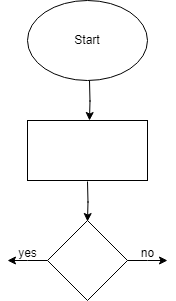
The draw.io diagram My Folder/itinerary.png in LampaTrina/CCINCOML_EXERCISES_COM23P, before a commit. Source tidied: cells renumbered, new cells last; positions are measured from the earlier drawing's top-left corner, leaving out a move shared by most shapes. The source it was exported from:
```xml
<mxGraphModel>
  <root>
    <mxCell id="0" />
    <mxCell id="1" parent="0" />
    <mxCell id="2" style="edgeStyle=orthogonalEdgeStyle;rounded=0;orthogonalLoop=1;jettySize=auto;html=1;exitX=0.5;exitY=1;exitDx=0;exitDy=0;" parent="1" edge="1">
      <mxGeometry relative="1" as="geometry">
        <mxPoint x="82" y="80" as="sourcePoint" />
        <mxPoint x="82" y="120" as="targetPoint" />
      </mxGeometry>
    </mxCell>
    <mxCell id="3" value="Start" style="ellipse;whiteSpace=wrap;html=1;" parent="1" vertex="1">
      <mxGeometry x="20" width="120" height="80" as="geometry" />
    </mxCell>
    <mxCell id="4" style="rounded=0;whiteSpace=wrap;html=1;" parent="1" vertex="1">
      <mxGeometry x="20" y="120" width="120" height="60" as="geometry" />
    </mxCell>
    <mxCell id="5" style="edgeStyle=orthogonalEdgeStyle;rounded=0;jettySize=auto;html=1;exitX=0;exitY=0.5;exitDx=0;exitDy=0;" parent="1" edge="1" source="6">
      <mxGeometry relative="1" as="geometry">
        <mxPoint y="260" as="targetPoint" />
      </mxGeometry>
    </mxCell>
    <mxCell id="6" style="rhombus;whiteSpace=wrap;html=1;" parent="1" vertex="1">
      <mxGeometry x="40" y="220" width="80" height="80" as="geometry" />
    </mxCell>
    <mxCell id="7" style="edgeStyle=orthogonalEdgeStyle;rounded=0;orthogonalLoop=1;jettySize=auto;html=1;exitX=0.5;exitY=1;exitDx=0;exitDy=0;" parent="1" edge="1">
      <mxGeometry relative="1" as="geometry">
        <mxPoint x="80" y="181" as="sourcePoint" />
        <mxPoint x="80" y="221" as="targetPoint" />
      </mxGeometry>
    </mxCell>
    <mxCell id="8" style="endArrow=classic;html=1;rounded=0;" parent="1" edge="1">
      <mxGeometry relative="1" as="geometry">
        <mxPoint x="120" y="260" as="sourcePoint" />
        <mxPoint x="160" y="260" as="targetPoint" />
        <Array as="points">
          <mxPoint x="140" y="260" />
        </Array>
      </mxGeometry>
    </mxCell>
    <mxCell id="9" value="yes" style="text;html=1;align=center;verticalAlign=middle;strokeColor=none;fillColor=none;" parent="1" vertex="1">
      <mxGeometry y="238" width="40" height="30" as="geometry" />
    </mxCell>
    <mxCell id="10" value="no" style="text;html=1;align=center;verticalAlign=middle;strokeColor=none;fillColor=none;" parent="1" vertex="1">
      <mxGeometry x="120" y="238" width="40" height="30" as="geometry" />
    </mxCell>
  </root>
</mxGraphModel>
```
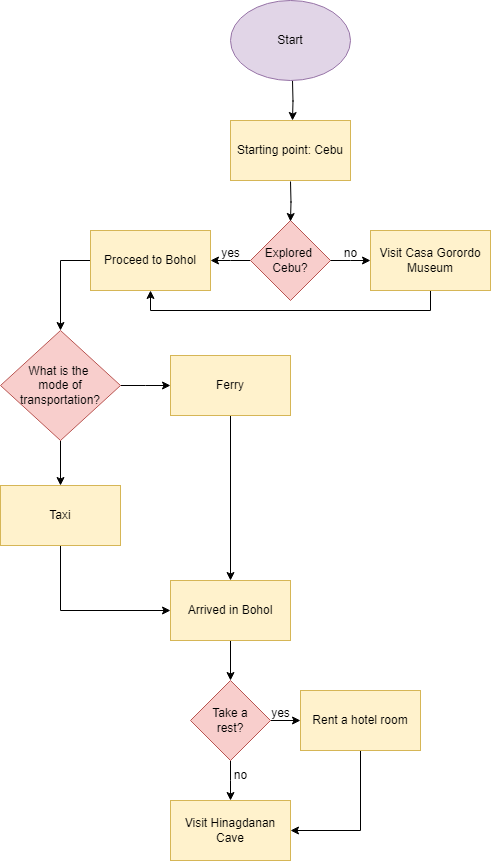
Above is the later version.

The edit, as a diff of the source:
```diff
@@ -8,10 +8,10 @@
         <mxPoint x="82" y="120" as="targetPoint" />
       </mxGeometry>
     </mxCell>
-    <mxCell id="3" value="Start" style="ellipse;whiteSpace=wrap;html=1;" parent="1" vertex="1">
+    <mxCell id="3" value="Start" style="ellipse;whiteSpace=wrap;html=1;fillColor=#e1d5e7;strokeColor=#9673a6;" parent="1" vertex="1">
       <mxGeometry x="20" width="120" height="80" as="geometry" />
     </mxCell>
-    <mxCell id="4" style="rounded=0;whiteSpace=wrap;html=1;" parent="1" vertex="1">
+    <mxCell id="4" value="Starting point: Cebu" style="rounded=0;whiteSpace=wrap;html=1;fillColor=#fff2cc;strokeColor=#d6b656;" parent="1" vertex="1">
       <mxGeometry x="20" y="120" width="120" height="60" as="geometry" />
     </mxCell>
     <mxCell id="5" style="edgeStyle=orthogonalEdgeStyle;rounded=0;jettySize=auto;html=1;exitX=0;exitY=0.5;exitDx=0;exitDy=0;" parent="1" edge="1" source="6">
@@ -19,7 +19,7 @@
         <mxPoint y="260" as="targetPoint" />
       </mxGeometry>
     </mxCell>
-    <mxCell id="6" style="rhombus;whiteSpace=wrap;html=1;" parent="1" vertex="1">
+    <mxCell id="6" value="Explored&amp;nbsp;&lt;br&gt;Cebu?" style="rhombus;whiteSpace=wrap;html=1;fillColor=#f8cecc;strokeColor=#b85450;" parent="1" vertex="1">
       <mxGeometry x="40" y="220" width="80" height="80" as="geometry" />
     </mxCell>
     <mxCell id="7" style="edgeStyle=orthogonalEdgeStyle;rounded=0;orthogonalLoop=1;jettySize=auto;html=1;exitX=0.5;exitY=1;exitDx=0;exitDy=0;" parent="1" edge="1">
@@ -43,5 +43,74 @@
     <mxCell id="10" value="no" style="text;html=1;align=center;verticalAlign=middle;strokeColor=none;fillColor=none;" parent="1" vertex="1">
       <mxGeometry x="120" y="238" width="40" height="30" as="geometry" />
     </mxCell>
+    <mxCell id="11" style="edgeStyle=orthogonalEdgeStyle;rounded=0;jettySize=auto;html=1;exitX=0;exitY=0.5;exitDx=0;exitDy=0;" parent="1" edge="1" source="12" target="17">
+      <mxGeometry relative="1" as="geometry" />
+    </mxCell>
+    <mxCell id="12" value="Proceed to Bohol&lt;div style=&quot;display:none&quot; id=&quot;SDCloudData&quot;&gt;&lt;/div&gt;" style="rounded=0;whiteSpace=wrap;html=1;fillColor=#fff2cc;strokeColor=#d6b656;" parent="1" vertex="1">
+      <mxGeometry x="-120" y="230" width="120" height="60" as="geometry" />
+    </mxCell>
+    <mxCell id="13" style="edgeStyle=orthogonalEdgeStyle;rounded=0;jettySize=auto;html=1;exitX=0.5;exitY=1;exitDx=0;exitDy=0;entryX=0.5;entryY=1;entryDx=0;entryDy=0;" parent="1" edge="1" source="14" target="12">
+      <mxGeometry relative="1" as="geometry" />
+    </mxCell>
+    <mxCell id="14" value="Visit Casa Gorordo Museum&lt;div style=&quot;display:none&quot; id=&quot;SDCloudData&quot;&gt;&lt;/div&gt;" style="rounded=0;whiteSpace=wrap;html=1;fillColor=#fff2cc;strokeColor=#d6b656;" parent="1" vertex="1">
+      <mxGeometry x="160" y="230" width="120" height="60" as="geometry" />
+    </mxCell>
+    <mxCell id="15" style="edgeStyle=orthogonalEdgeStyle;rounded=0;jettySize=auto;html=1;exitX=1;exitY=0.5;exitDx=0;exitDy=0;" parent="1" edge="1" source="17">
+      <mxGeometry relative="1" as="geometry">
+        <mxPoint x="-40" y="385" as="targetPoint" />
+      </mxGeometry>
+    </mxCell>
+    <mxCell id="16" style="edgeStyle=orthogonalEdgeStyle;rounded=0;jettySize=auto;html=1;exitX=0.5;exitY=1;exitDx=0;exitDy=0;" parent="1" edge="1" source="17" target="21">
+      <mxGeometry relative="1" as="geometry" />
+    </mxCell>
+    <mxCell id="17" value="What is the&amp;nbsp;&lt;br&gt;mode of&lt;br&gt;transportation?" style="rhombus;whiteSpace=wrap;html=1;fillColor=#f8cecc;strokeColor=#b85450;" parent="1" vertex="1">
+      <mxGeometry x="-210" y="330" width="120" height="110" as="geometry" />
+    </mxCell>
+    <mxCell id="18" style="edgeStyle=orthogonalEdgeStyle;rounded=0;jettySize=auto;html=1;exitX=0.5;exitY=1;exitDx=0;exitDy=0;" parent="1" edge="1" source="19">
+      <mxGeometry relative="1" as="geometry">
+        <mxPoint x="20" y="580" as="targetPoint" />
+      </mxGeometry>
+    </mxCell>
+    <mxCell id="19" value="Ferry" style="rounded=0;whiteSpace=wrap;html=1;fillColor=#fff2cc;strokeColor=#d6b656;" parent="1" vertex="1">
+      <mxGeometry x="-40" y="355" width="120" height="60" as="geometry" />
+    </mxCell>
+    <mxCell id="20" style="edgeStyle=orthogonalEdgeStyle;rounded=0;jettySize=auto;html=1;exitX=0.5;exitY=1;exitDx=0;exitDy=0;entryX=0;entryY=0.5;entryDx=0;entryDy=0;" parent="1" edge="1" source="21" target="23">
+      <mxGeometry relative="1" as="geometry" />
+    </mxCell>
+    <mxCell id="21" value="Taxi" style="rounded=0;whiteSpace=wrap;html=1;fillColor=#fff2cc;strokeColor=#d6b656;" parent="1" vertex="1">
+      <mxGeometry x="-210" y="485" width="120" height="60" as="geometry" />
+    </mxCell>
+    <mxCell id="22" style="edgeStyle=orthogonalEdgeStyle;rounded=0;jettySize=auto;html=1;exitX=0.5;exitY=1;exitDx=0;exitDy=0;entryX=0.5;entryY=0;entryDx=0;entryDy=0;" parent="1" edge="1" source="23" target="26">
+      <mxGeometry relative="1" as="geometry" />
+    </mxCell>
+    <mxCell id="23" value="Arrived in Bohol" style="rounded=0;whiteSpace=wrap;html=1;fillColor=#fff2cc;strokeColor=#d6b656;" parent="1" vertex="1">
+      <mxGeometry x="-40" y="580" width="120" height="60" as="geometry" />
+    </mxCell>
+    <mxCell id="24" style="edgeStyle=orthogonalEdgeStyle;rounded=0;jettySize=auto;html=1;exitX=1;exitY=0.5;exitDx=0;exitDy=0;entryX=0;entryY=0.5;entryDx=0;entryDy=0;" parent="1" edge="1" source="26" target="28">
+      <mxGeometry relative="1" as="geometry" />
+    </mxCell>
+    <mxCell id="25" style="edgeStyle=orthogonalEdgeStyle;rounded=0;jettySize=auto;html=1;exitX=0.5;exitY=1;exitDx=0;exitDy=0;" parent="1" edge="1" source="26">
+      <mxGeometry relative="1" as="geometry">
+        <mxPoint x="20" y="800" as="targetPoint" />
+      </mxGeometry>
+    </mxCell>
+    <mxCell id="26" value="Take a&lt;br&gt;rest?" style="rhombus;whiteSpace=wrap;html=1;fillColor=#f8cecc;strokeColor=#b85450;" parent="1" vertex="1">
+      <mxGeometry x="-20" y="680" width="80" height="80" as="geometry" />
+    </mxCell>
+    <mxCell id="27" style="edgeStyle=orthogonalEdgeStyle;rounded=0;jettySize=auto;html=1;exitX=0.5;exitY=1;exitDx=0;exitDy=0;entryX=1;entryY=0.5;entryDx=0;entryDy=0;" parent="1" edge="1" source="28" target="31">
+      <mxGeometry relative="1" as="geometry" />
+    </mxCell>
+    <mxCell id="28" value="Rent a hotel room" style="rounded=0;whiteSpace=wrap;html=1;fillColor=#fff2cc;strokeColor=#d6b656;" parent="1" vertex="1">
+      <mxGeometry x="90" y="690" width="120" height="60" as="geometry" />
+    </mxCell>
+    <mxCell id="29" value="yes" style="text;html=1;align=center;verticalAlign=middle;strokeColor=none;fillColor=none;" parent="1" vertex="1">
+      <mxGeometry x="50" y="698" width="40" height="30" as="geometry" />
+    </mxCell>
+    <mxCell id="30" value="no" style="text;html=1;align=center;verticalAlign=middle;strokeColor=none;fillColor=none;" parent="1" vertex="1">
+      <mxGeometry x="10" y="760" width="40" height="30" as="geometry" />
+    </mxCell>
+    <mxCell id="31" value="Visit Hinagdanan Cave" style="rounded=0;whiteSpace=wrap;html=1;fillColor=#fff2cc;strokeColor=#d6b656;" parent="1" vertex="1">
+      <mxGeometry x="-40" y="800" width="120" height="60" as="geometry" />
+    </mxCell>
   </root>
 </mxGraphModel>
```
